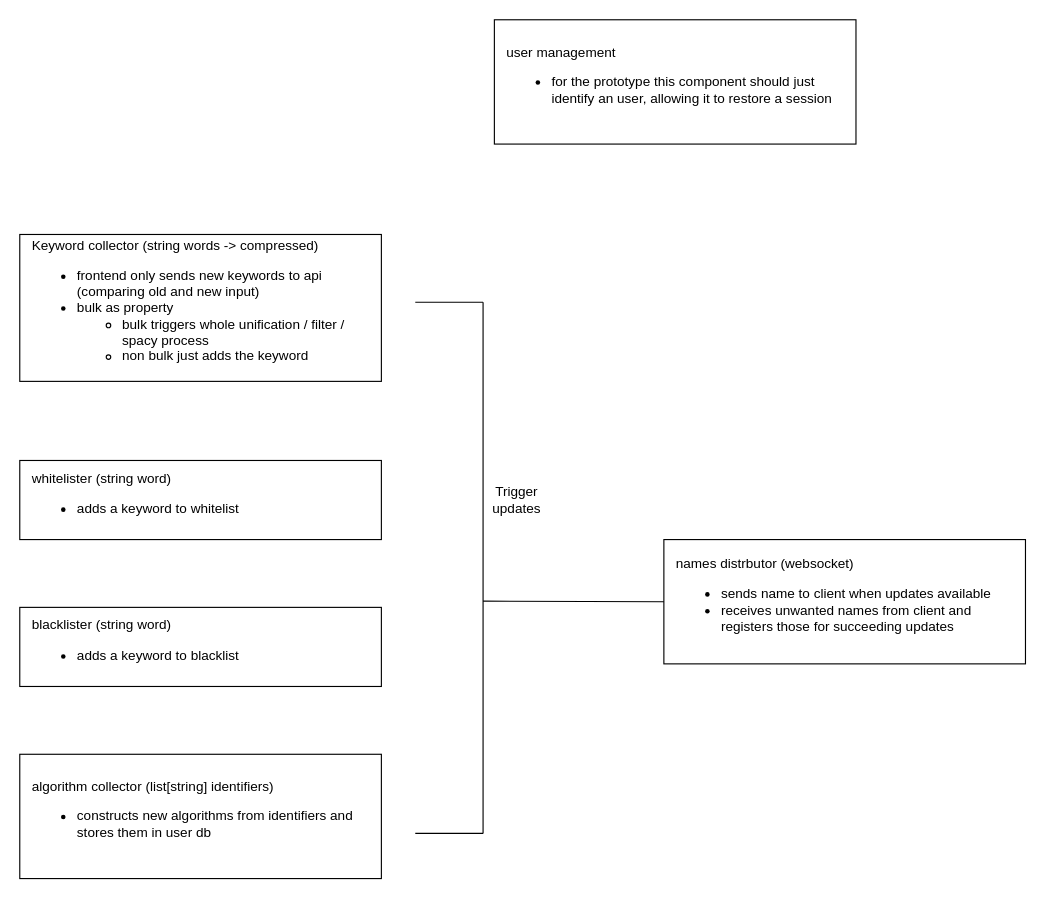
Before: api_components.drawio in mkishi1221/ng_back_end, a draw.io diagram. Source tidied: cells renumbered, new cells numbered last; positions are measured from the earlier drawing's top-left corner, leaving out a move shared by most shapes. Both pictures are drawn from the tidied source at 113%, with x=0, y=0 at pixel (19, 19).
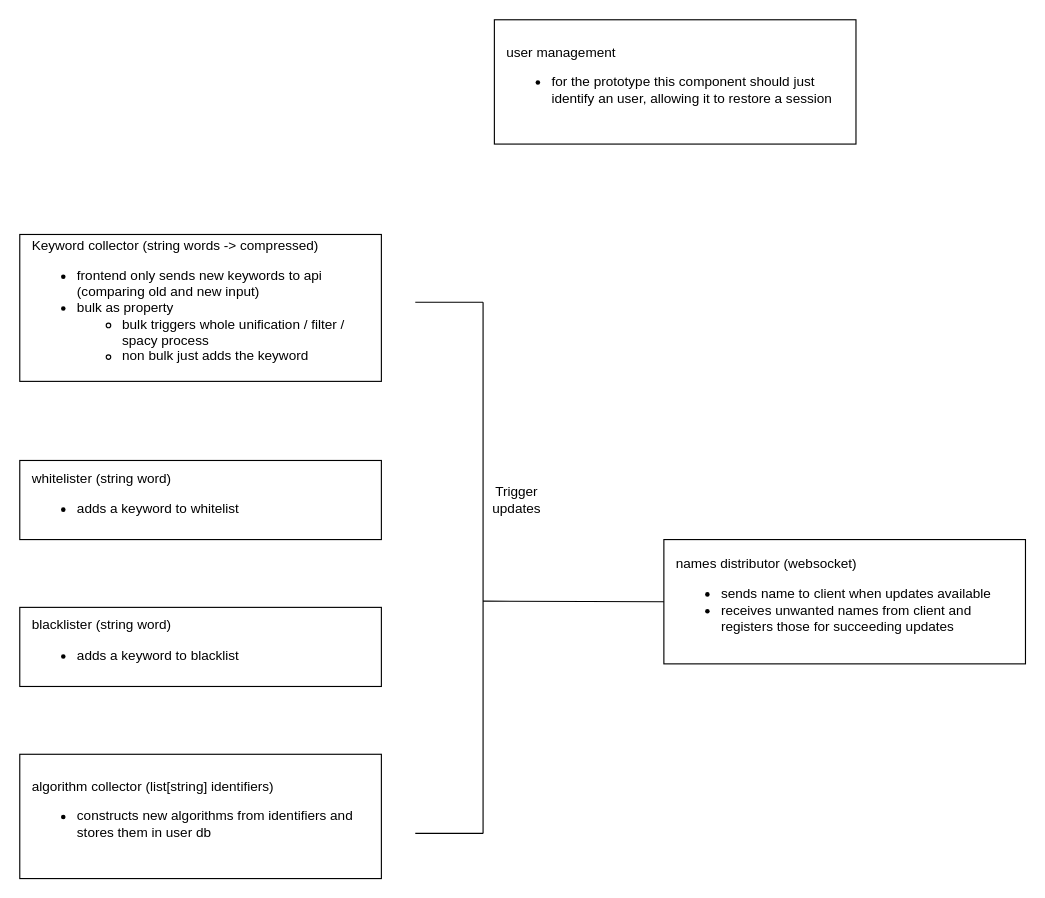
Above is the later version.

The edit, as a diff of the source:
```diff
@@
 <mxGraphModel>
   <root>
     <mxCell id="0" />
     <mxCell id="1" parent="0" />
     <mxCell id="2" value="Keyword collector (string words -&amp;gt; compressed)&lt;br&gt;&lt;ul&gt;&lt;li&gt;frontend only sends new keywords to api (comparing old and new input)&lt;/li&gt;&lt;li&gt;bulk as property&lt;/li&gt;&lt;ul&gt;&lt;li&gt;bulk triggers whole unification / filter / spacy process&lt;/li&gt;&lt;li&gt;non bulk just adds the keyword&lt;/li&gt;&lt;/ul&gt;&lt;/ul&gt;" style="rounded=0;whiteSpace=wrap;html=1;align=left;perimeterSpacing=0;spacing=11;" parent="1" vertex="1">
       <mxGeometry y="190" width="320" height="130" as="geometry" />
     </mxCell>
     <mxCell id="3" value="algorithm collector (list[string] identifiers)&lt;br&gt;&lt;ul&gt;&lt;li&gt;constructs new algorithms from identifiers and stores them in user db&lt;/li&gt;&lt;/ul&gt;" style="rounded=0;whiteSpace=wrap;html=1;align=left;perimeterSpacing=0;spacing=11;" parent="1" vertex="1">
       <mxGeometry y="650" width="320" height="110" as="geometry" />
     </mxCell>
     <mxCell id="4" value="user management&lt;br&gt;&lt;ul&gt;&lt;li&gt;for the prototype this component should just identify an user, allowing it to restore a session&lt;/li&gt;&lt;/ul&gt;" style="rounded=0;whiteSpace=wrap;html=1;align=left;perimeterSpacing=0;spacing=11;" parent="1" vertex="1">
       <mxGeometry x="420" width="320" height="110" as="geometry" />
     </mxCell>
     <mxCell id="5" value="whitelister (string word)&lt;br&gt;&lt;ul&gt;&lt;li&gt;adds a keyword to whitelist&lt;/li&gt;&lt;/ul&gt;" style="rounded=0;whiteSpace=wrap;html=1;align=left;perimeterSpacing=0;spacing=11;" parent="1" vertex="1">
       <mxGeometry y="390" width="320" height="70" as="geometry" />
     </mxCell>
     <mxCell id="6" value="blacklister (string word)&lt;br&gt;&lt;ul&gt;&lt;li&gt;adds a keyword to blacklist&lt;/li&gt;&lt;/ul&gt;" style="rounded=0;whiteSpace=wrap;html=1;align=left;perimeterSpacing=0;spacing=11;" parent="1" vertex="1">
       <mxGeometry y="520" width="320" height="70" as="geometry" />
     </mxCell>
-    <mxCell id="7" value="names distrbutor (websocket)&lt;br&gt;&lt;ul&gt;&lt;li&gt;sends name to client when updates available&lt;/li&gt;&lt;li&gt;receives unwanted names from client and registers those for succeeding updates&lt;/li&gt;&lt;/ul&gt;" style="rounded=0;whiteSpace=wrap;html=1;align=left;perimeterSpacing=0;spacing=11;" parent="1" vertex="1">
+    <mxCell id="7" value="names distributor (websocket)&lt;br&gt;&lt;ul&gt;&lt;li&gt;sends name to client when updates available&lt;/li&gt;&lt;li&gt;receives unwanted names from client and registers those for succeeding updates&lt;/li&gt;&lt;/ul&gt;" style="rounded=0;whiteSpace=wrap;html=1;align=left;perimeterSpacing=0;spacing=11;" parent="1" vertex="1">
       <mxGeometry x="570" y="460" width="320" height="110" as="geometry" />
     </mxCell>
     <mxCell id="8" style="endArrow=none;html=1;" parent="1" edge="1">
       <mxGeometry relative="1" as="geometry">
         <mxPoint x="350" y="250" as="sourcePoint" />
         <mxPoint x="410" y="250" as="targetPoint" />
       </mxGeometry>
     </mxCell>
     <mxCell id="9" style="endArrow=none;html=1;" parent="1" edge="1">
       <mxGeometry relative="1" as="geometry">
         <mxPoint x="350" y="720" as="sourcePoint" />
         <mxPoint x="410" y="720" as="targetPoint" />
       </mxGeometry>
     </mxCell>
     <mxCell id="10" style="endArrow=none;html=1;entryX=0;entryY=0.5;entryDx=0;entryDy=0;" parent="1" edge="1" target="7">
       <mxGeometry relative="1" as="geometry">
         <mxPoint x="410" y="514.5" as="sourcePoint" />
       </mxGeometry>
     </mxCell>
     <mxCell id="11" style="endArrow=none;html=1;" parent="1" edge="1">
       <mxGeometry relative="1" as="geometry">
         <mxPoint x="410" y="250" as="sourcePoint" />
         <mxPoint x="410" y="720" as="targetPoint" />
       </mxGeometry>
     </mxCell>
     <mxCell id="12" value="Trigger updates" style="text;html=1;strokeColor=none;fillColor=none;align=center;verticalAlign=middle;whiteSpace=wrap;rounded=0;" parent="1" vertex="1">
       <mxGeometry x="420" y="415" width="40" height="20" as="geometry" />
     </mxCell>
   </root>
 </mxGraphModel>
```
